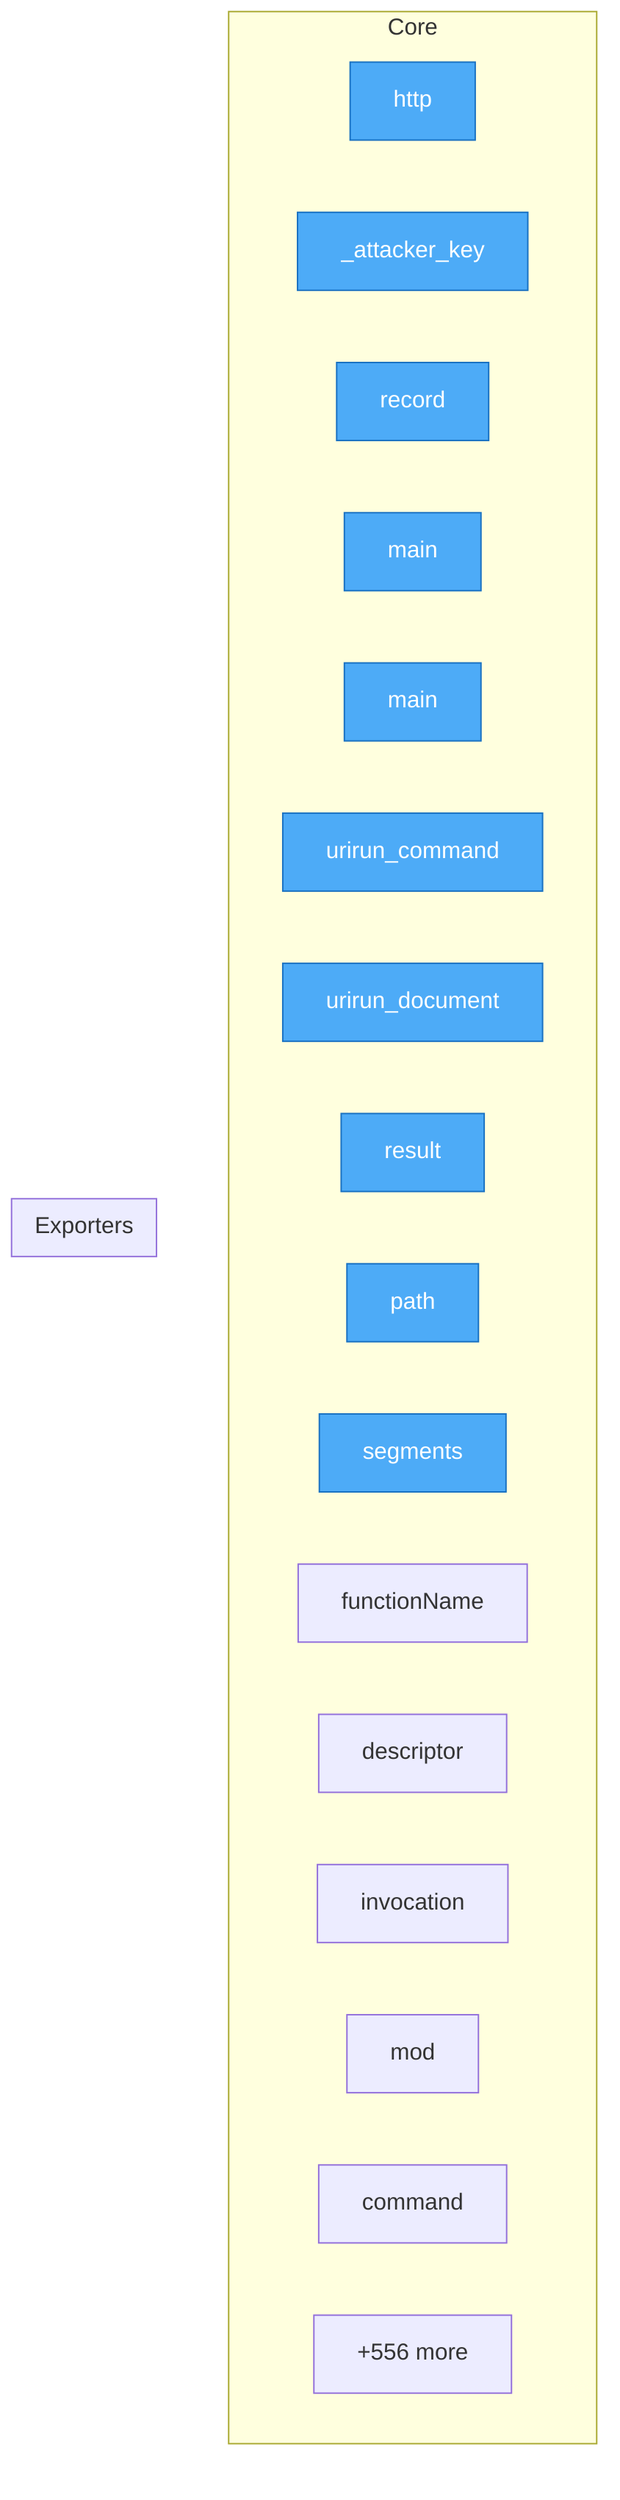
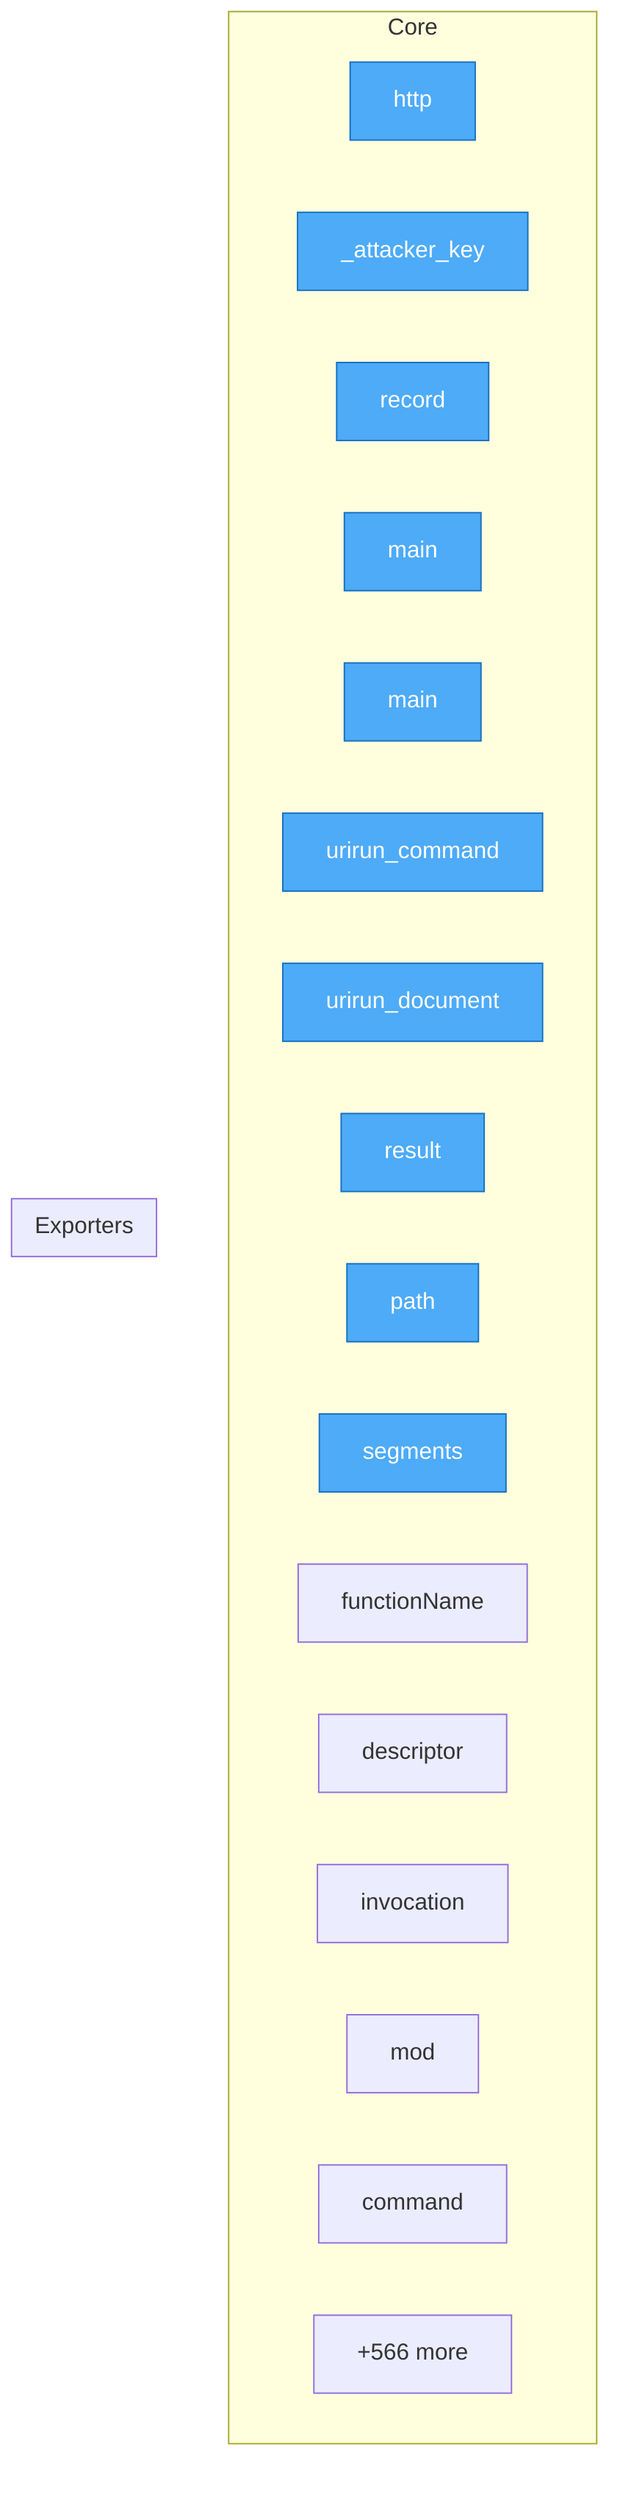
flowchart TD
- %% generated in 0.04s
+ %% generated in 0.06s

    %% Entry points (blue)
    classDef entry fill:#4dabf7,stroke:#1971c2,color:#fff

    subgraph Core
        security__mesh_probe__probe__http["http"]
        security__mesh_probe__probe___attacker_key["_attacker_key"]
        security__mesh_probe__probe__record["record"]
        adapters__conformance__main["main"]
        adapters__new_connector__main["main"]
        adapters__bash__urirun__urirun_command["urirun_command"]
        adapters__bash__urirun__urirun_document["urirun_document"]
        adapters__js__index__test__result["result"]
        adapters__js__path["path"]
        adapters__js__segments["segments"]
        adapters__js__functionName["functionName"]
        adapters__js__descriptor["descriptor"]
        adapters__js__invocation["invocation"]
        adapters__js__mod["mod"]
        adapters__java__Urirun__Urirun__command["command"]
-         ...["+556 more"]
+         ...["+566 more"]
    end

    subgraph Exporters
    end

    class security__mesh_probe__probe__http,security__mesh_probe__probe___attacker_key,security__mesh_probe__probe__record,adapters__conformance__main,adapters__new_connector__main,adapters__bash__urirun__urirun_command,adapters__bash__urirun__urirun_document,adapters__js__index__test__result,adapters__js__path,adapters__js__segments entry
